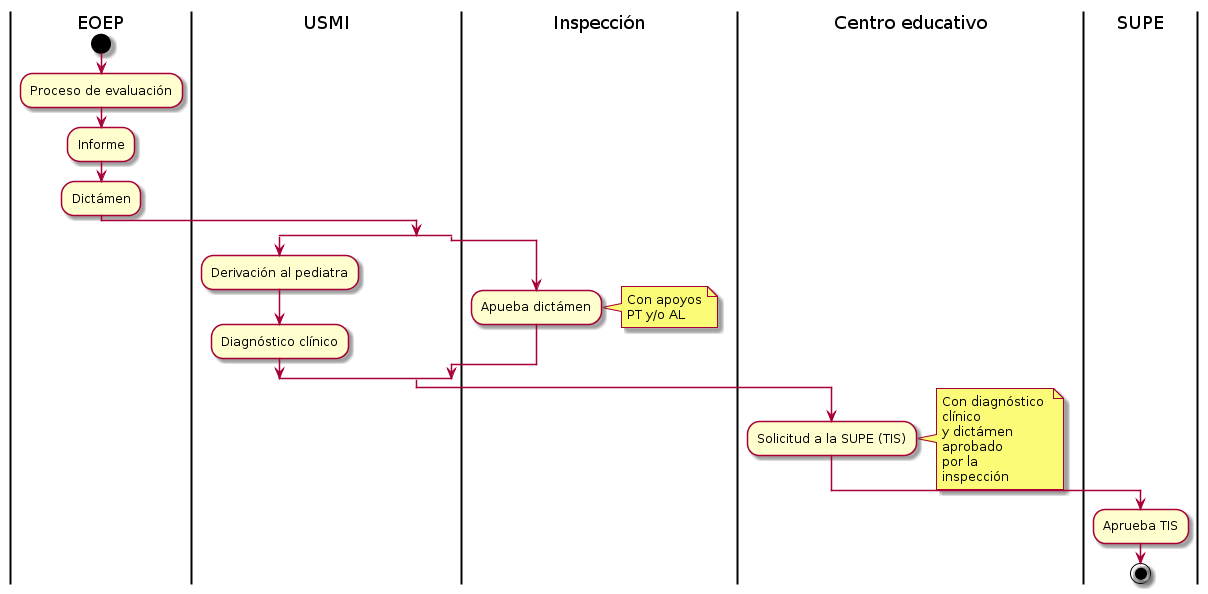
Above: acnee-grave-conducta.png in alvarogonzalezsotillo/charla-tis (PlantUML), before the change. Its diagram source:
```plantuml
@startuml
|EOEP|
start
:Proceso de evaluación;
:Informe;
:Dictámen;
split
|USMI|
:Derivación al pediatra;
:Diagnóstico clínico;
split again
|Inspección|
:Apueba dictámen;
note right
Con apoyos
PT y/o AL
end note
|Centro educativo|
end split
:Solicitud a la SUPE (TIS);
note right
Con diagnóstico
clínico
y dictámen
aprobado
por la
inspección
end note
|SUPE|
:Aprueba TIS;
stop
@enduml
```
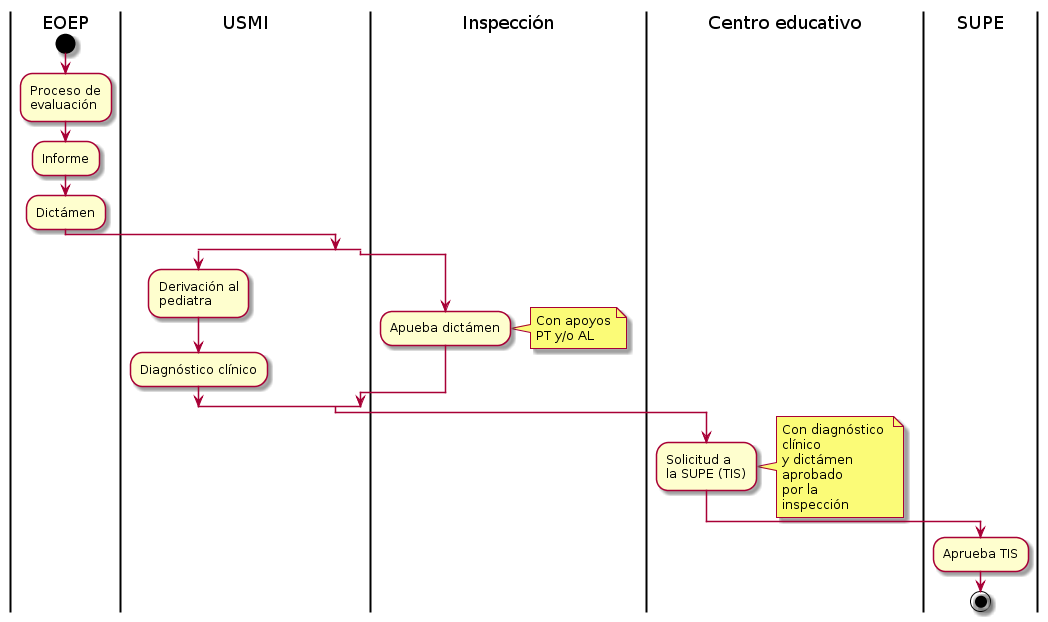
Above is the later version.

The edit, as a diff of the source:
```diff
@@ -1,12 +1,14 @@
 @startuml
 |EOEP|
 start
-:Proceso de evaluación;
+:Proceso de
+evaluación;
 :Informe;
 :Dictámen;
 split
 |USMI|
-:Derivación al pediatra;
+:Derivación al
+pediatra;
 :Diagnóstico clínico;
 split again
 |Inspección|
@@ -17,7 +19,8 @@
 end note
 |Centro educativo|
 end split
-:Solicitud a la SUPE (TIS);
+:Solicitud a
+la SUPE (TIS);
 note right
 Con diagnóstico
 clínico
```
